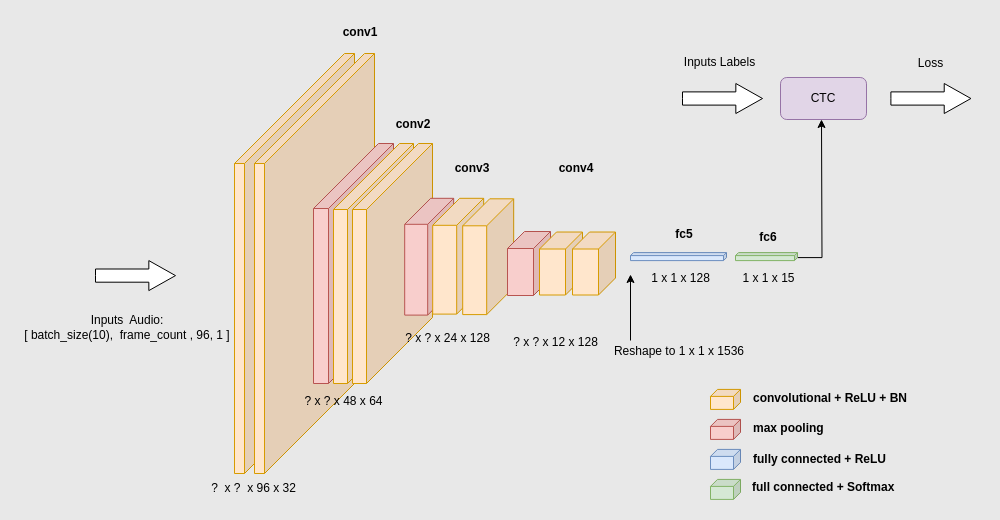
Above: vgg16_xml.drawio in algerjiang/Neural-Network-Architecture-Diagrams (draw.io), before the change. Source tidied: cells renumbered, new cells numbered last; positions are measured from the earlier drawing's top-left corner, leaving out a move shared by most shapes. Both pictures are drawn from the tidied source at 100%, with x=0, y=0 at pixel (17, 17).
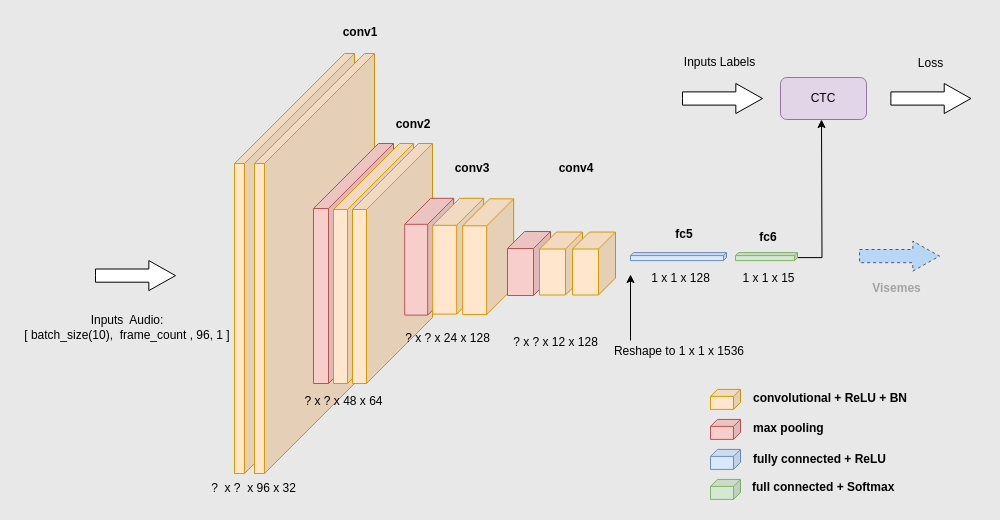
Above is the later version.

Diff of the diagram source:
```diff
@@
+    <mxCell id="45" style="html=1;shadow=0;dashed=1;align=center;verticalAlign=middle;shape=mxgraph.arrows2.arrow;dy=0.56;dx=26.67;notch=0;fillColor=#99CCFF;opacity=60;" parent="1" vertex="1">
+      <mxGeometry x="842" y="223.6" width="80" height="30" as="geometry" />
+    </mxCell>
+    <mxCell id="46" value="Visemes" style="text;html=1;strokeColor=none;fillColor=none;align=center;verticalAlign=middle;whiteSpace=wrap;rounded=0;fontStyle=1;fontColor=#A3A3A3;" parent="1" vertex="1">
+      <mxGeometry x="841" y="259.1" width="77" height="24" as="geometry" />
+    </mxCell>
```
